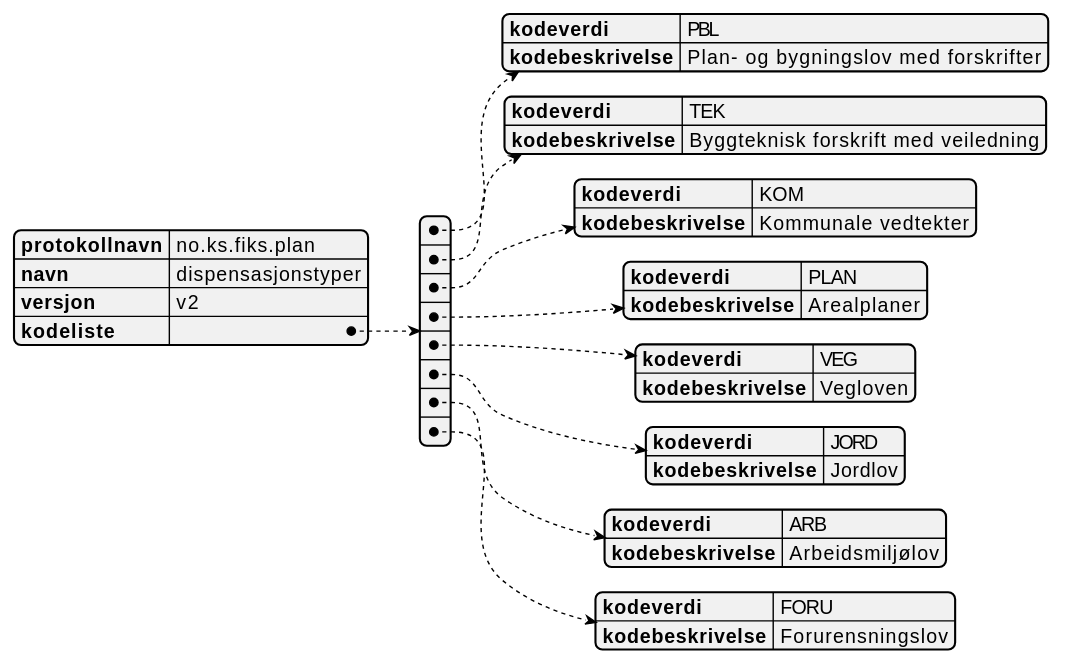
This is Schema/V2/kodelister/no.ks.fiks.plan.v2.kodelister.dispensasjonfralovverk/no.ks.fiks.plan.v2.kodelister.dispensasjonfralovverk.svg from ks-no/fiks-plan-specification, a PlantUML export, as it was before one commit. The source it was exported from:
```plantuml
@startjson
{
  "protokollnavn": "no.ks.fiks.plan",
  "navn": "dispensasjonstyper",
  "versjon": "v2",
  "kodeliste": [
    {
      "kodeverdi" : "PBL",
      "kodebeskrivelse" : "Plan- og bygningslov med forskrifter"
    },
    {
      "kodeverdi" : "TEK",
      "kodebeskrivelse" : "Byggteknisk forskrift med veiledning"
    },
    {
      "kodeverdi" : "KOM",
      "kodebeskrivelse" : "Kommunale vedtekter"
    },
    {
      "kodeverdi" : "PLAN",
      "kodebeskrivelse" : "Arealplaner"
    },
    {
      "kodeverdi" : "VEG",
      "kodebeskrivelse" : "Vegloven"
    },
    {
      "kodeverdi" : "JORD",
      "kodebeskrivelse" : "Jordlov"
    },
    {
      "kodeverdi" : "ARB",
      "kodebeskrivelse" : "Arbeidsmiljølov"
    },
    {
      "kodeverdi" : "FORU",
      "kodebeskrivelse" : "Forurensningslov"
    }
  ]
}
@endjson
```
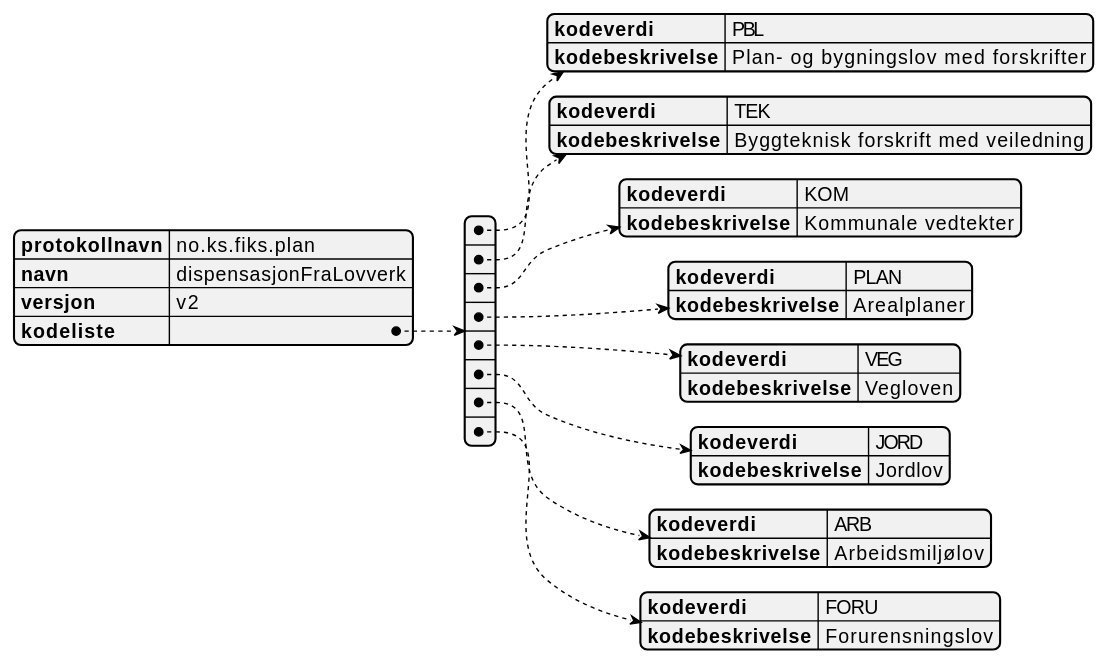
The same diagram one commit later.

What changed in the source:
```diff
@@ -1,7 +1,7 @@
 @startjson
 {
   "protokollnavn": "no.ks.fiks.plan",
-  "navn": "dispensasjonstyper",
+  "navn": "dispensasjonFraLovverk",
   "versjon": "v2",
   "kodeliste": [
     {
```
